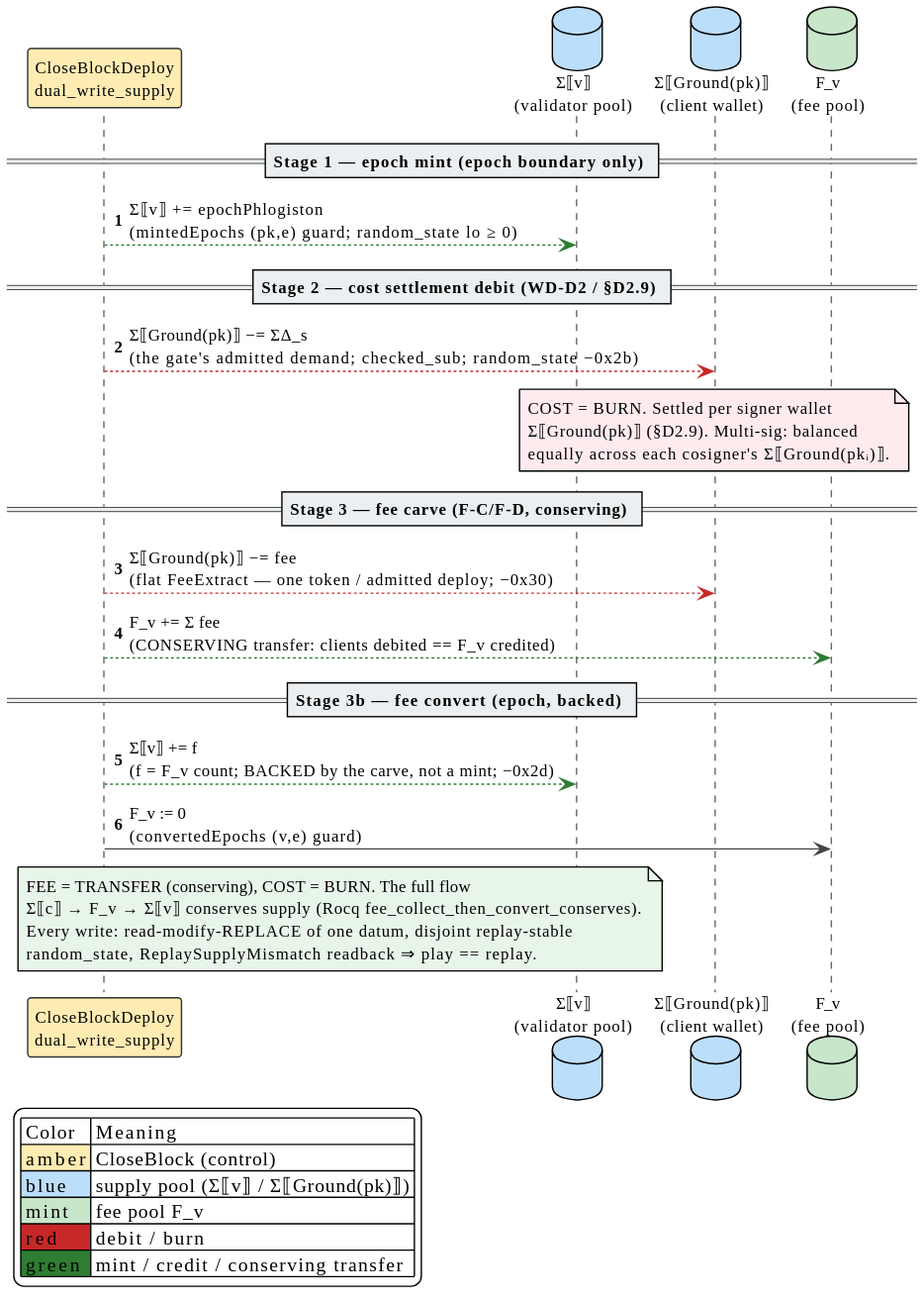
F1R3FLY-io/f1r3node-rust keeps this PlantUML diagram as docs/casper/theory/diagrams/close-block-stages-sequence.svg. Above is the earlier version. Source of this version:
```plantuml
@startuml
!theme plain

skinparam sequence {
  ArrowColor              #444444
  LifeLineBorderColor     #666666
  ParticipantBorderColor  #333333
  NoteBorderColor         #666666
  NoteBackgroundColor     #FFF8E1
  DividerBackgroundColor  #ECEFF1
}
skinparam defaultFontName "sans-serif"
skinparam defaultFontSize 12

autonumber

participant "CloseBlockDeploy\ndual_write_supply" as CB #FFECB3
database    "Σ⟦v⟧\n(validator pool)"  as V #BBDEFB
database    "Σ⟦Ground(pk)⟧\n(client wallet)" as C #BBDEFB
database    "F_v\n(fee pool)"          as F #C8E6C9

== Stage 1 — epoch mint (epoch boundary only) ==
CB -[#2E7D32]-> V : Σ⟦v⟧ += epochPhlogiston\n(mintedEpochs (pk,e) guard; random_state lo ≥ 0)

== Stage 2 — cost settlement debit (WD-D2 / §D2.9) ==
CB -[#C62828]-> C : Σ⟦Ground(pk)⟧ −= ΣΔ_s\n(the gate's admitted demand; checked_sub; random_state −0x2b)
note over C #FFEBEE
COST = BURN. Settled per signer wallet
Σ⟦Ground(pk)⟧ (§D2.9). Multi-sig: balanced
equally across each cosigner's Σ⟦Ground(pkᵢ)⟧.
end note

== Stage 3 — fee carve (F-C/F-D, conserving) ==
CB -[#C62828]-> C : Σ⟦Ground(pk)⟧ −= fee\n(flat FeeExtract — one token / admitted deploy; −0x30)
CB -[#2E7D32]-> F : F_v += Σ fee\n(CONSERVING transfer: clients debited == F_v credited)

== Stage 3b — fee convert (epoch, backed) ==
CB -[#2E7D32]-> V : Σ⟦v⟧ += f\n(f = F_v count; BACKED by the carve, not a mint; −0x2d)
CB -> F : F_v := 0\n(convertedEpochs (v,e) guard)

note over CB, V #E8F5E9
FEE = TRANSFER (conserving), COST = BURN. The full flow
Σ⟦c⟧ → F_v → Σ⟦v⟧ conserves supply (Rocq fee_collect_then_convert_conserves).
Every write: read-modify-REPLACE of one datum, disjoint replay-stable
random_state, ReplaySupplyMismatch readback ⇒ play == replay.
end note

legend left
| Color | Meaning |
| <#FFECB3> amber | CloseBlock (control) |
| <#BBDEFB> blue | supply pool (Σ⟦v⟧ / Σ⟦Ground(pk)⟧) |
| <#C8E6C9> mint | fee pool F_v |
| <#C62828> red | debit / burn |
| <#2E7D32> green | mint / credit / conserving transfer |
endlegend
@enduml
```
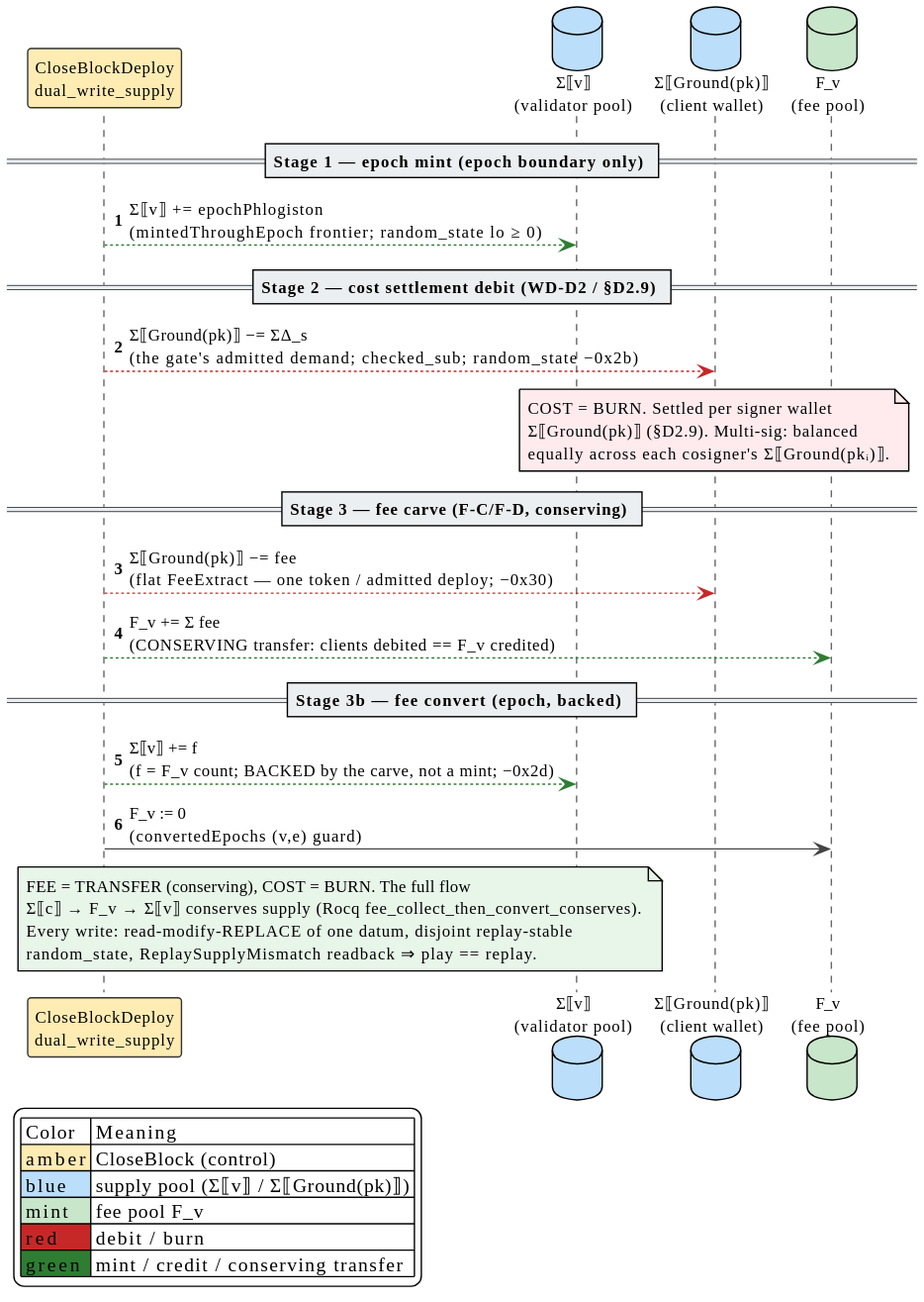
Above is the later version.

What changed in the source:
```diff
@@ -20,7 +20,7 @@
 database    "F_v\n(fee pool)"          as F #C8E6C9
 
 == Stage 1 — epoch mint (epoch boundary only) ==
-CB -[#2E7D32]-> V : Σ⟦v⟧ += epochPhlogiston\n(mintedEpochs (pk,e) guard; random_state lo ≥ 0)
+CB -[#2E7D32]-> V : Σ⟦v⟧ += epochPhlogiston\n(mintedThroughEpoch frontier; random_state lo ≥ 0)
 
 == Stage 2 — cost settlement debit (WD-D2 / §D2.9) ==
 CB -[#C62828]-> C : Σ⟦Ground(pk)⟧ −= ΣΔ_s\n(the gate's admitted demand; checked_sub; random_state −0x2b)
```
